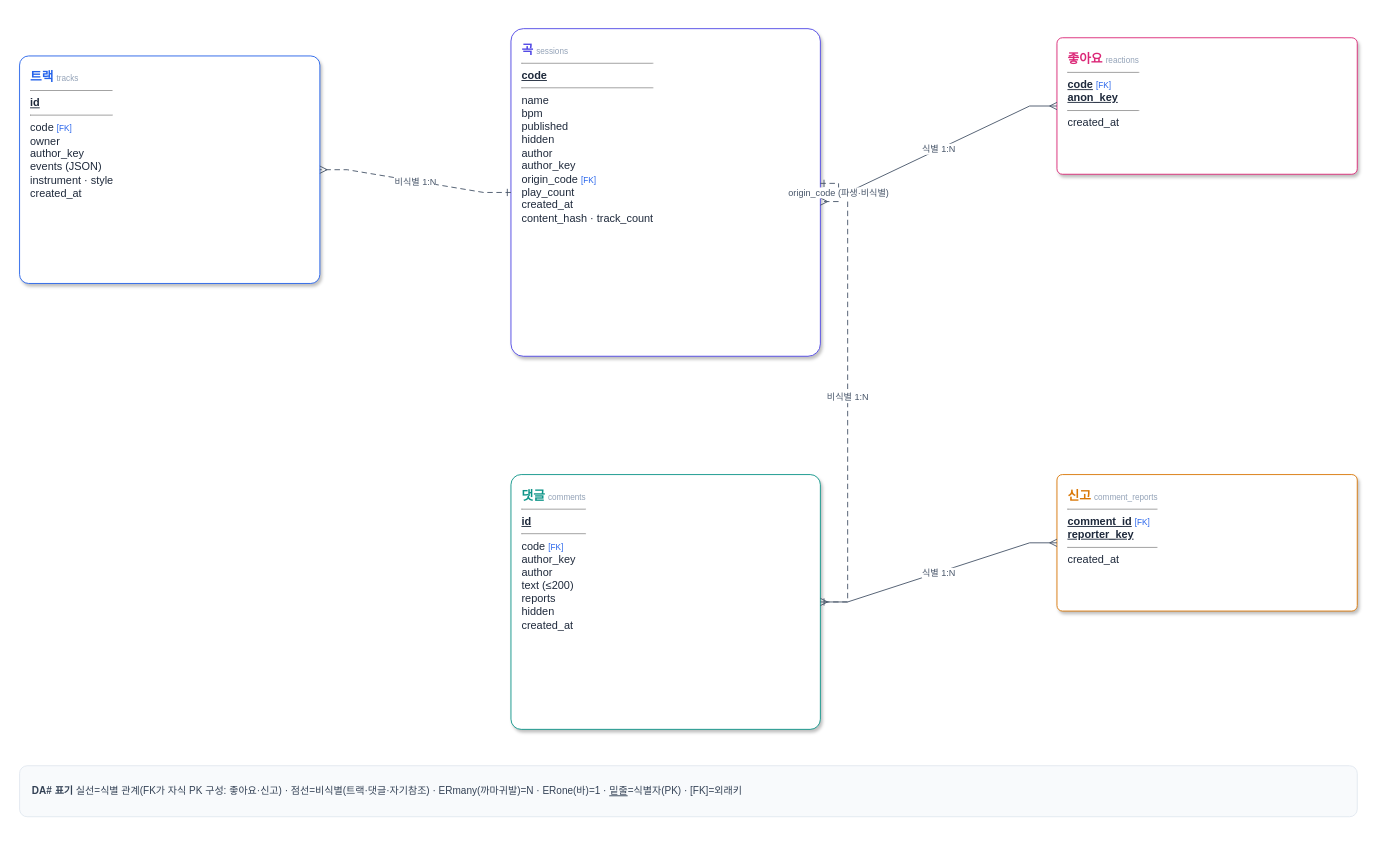
Above: 산출물/04_시스템설계/하모니_데이터모델_ERD.drawio in Appintos-Harmony/appintoss-meetup (draw.io), before the change. Source tidied: cells renumbered, new cells numbered last; positions are measured from the earlier drawing's top-left corner, leaving out a move shared by most shapes. Both pictures are drawn from the tidied source at 91%, with x=0, y=0 at pixel (19, 28).
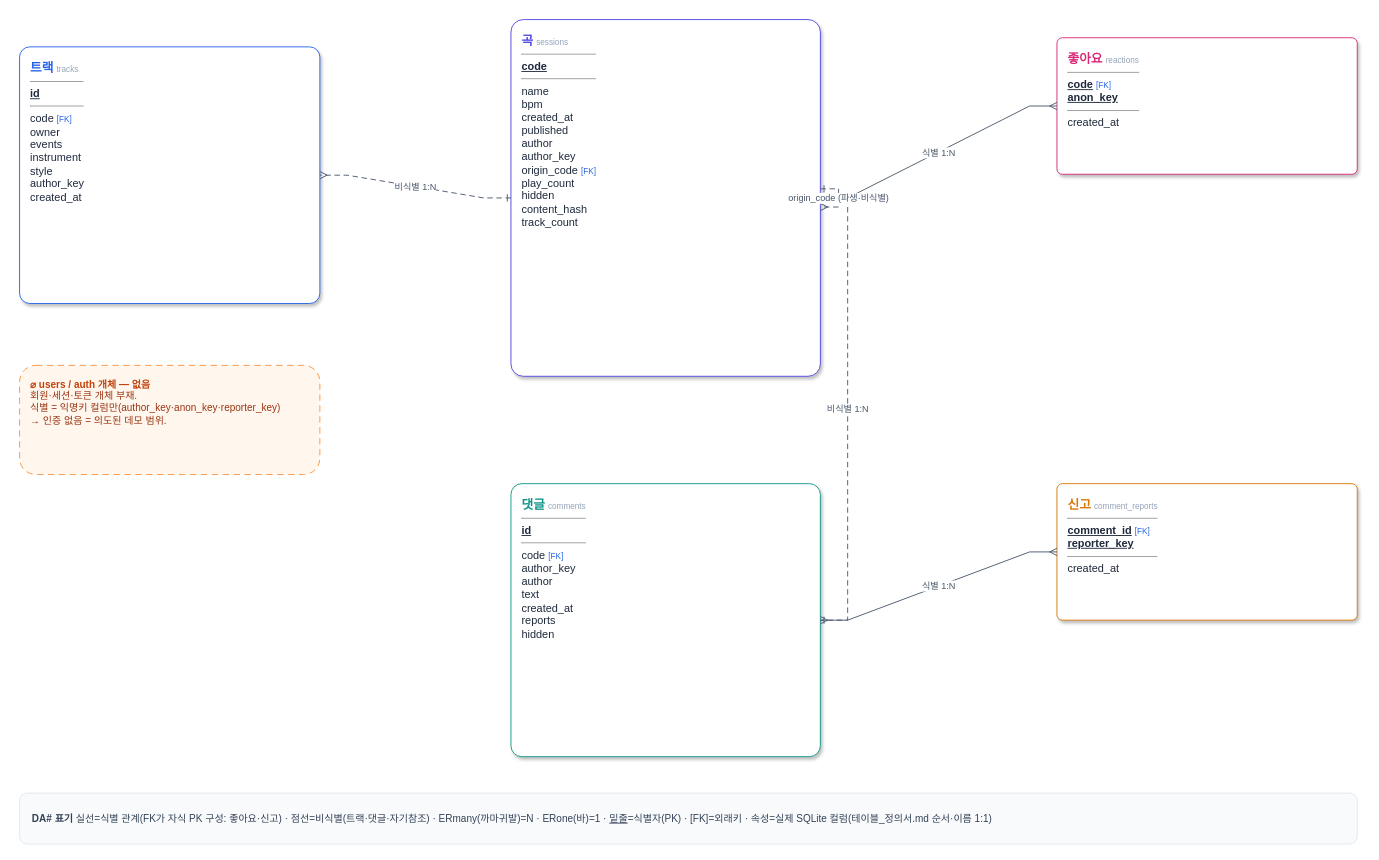
Above is the later version.

Commit message (it also covers changes not shown here):
docs(erd): 데이터모델 ERD를 테이블 정의서 전체 스키마와 1:1 일치 + 정의서 정본 동기화

The edit, as a diff of the source:
```diff
@@
 <mxGraphModel>
   <root>
     <mxCell id="0" />
     <mxCell id="1" parent="0" />
-    <mxCell id="2" value="&lt;b style=&quot;font-size:14px;color:#4F46E5&quot;&gt;곡&lt;/b&gt;&amp;nbsp;&lt;font style=&quot;font-size:9px;color:#94A3B8&quot;&gt;sessions&lt;/font&gt;&lt;hr size=&quot;1&quot;&gt;&lt;u&gt;&lt;b&gt;code&lt;/b&gt;&lt;/u&gt;&lt;hr size=&quot;1&quot;&gt;name&lt;br&gt;bpm&lt;br&gt;published&lt;br&gt;hidden&lt;br&gt;author&lt;br&gt;author_key&lt;br&gt;origin_code &lt;font style=&quot;color:#2563EB;font-size:9px&quot;&gt;[FK]&lt;/font&gt;&lt;br&gt;play_count&lt;br&gt;created_at&lt;br&gt;content_hash · track_count" style="rounded=1;arcSize=4;whiteSpace=wrap;html=1;fillColor=#FFFFFF;strokeColor=#4F46E5;align=left;verticalAlign=top;spacingLeft=10;spacingTop=8;spacingRight=8;fontSize=12;fontColor=#1E293B;shadow=1;" parent="1" vertex="1">
-      <mxGeometry x="540" width="340" height="360" as="geometry" />
+    <mxCell id="2" value="&lt;b style=&quot;font-size:14px;color:#4F46E5&quot;&gt;곡&lt;/b&gt;&amp;nbsp;&lt;font style=&quot;font-size:9px;color:#94A3B8&quot;&gt;sessions&lt;/font&gt;&lt;hr size=&quot;1&quot;&gt;&lt;u&gt;&lt;b&gt;code&lt;/b&gt;&lt;/u&gt;&lt;hr size=&quot;1&quot;&gt;name&lt;br&gt;bpm&lt;br&gt;created_at&lt;br&gt;published&lt;br&gt;author&lt;br&gt;author_key&lt;br&gt;origin_code &lt;font style=&quot;color:#2563EB;font-size:9px&quot;&gt;[FK]&lt;/font&gt;&lt;br&gt;play_count&lt;br&gt;hidden&lt;br&gt;content_hash&lt;br&gt;track_count" style="rounded=1;arcSize=4;whiteSpace=wrap;html=1;fillColor=#FFFFFF;strokeColor=#4F46E5;align=left;verticalAlign=top;spacingLeft=10;spacingTop=8;spacingRight=8;fontSize=12;fontColor=#1E293B;shadow=1;" parent="1" vertex="1">
+      <mxGeometry x="540" y="-10" width="340" height="392" as="geometry" />
     </mxCell>
-    <mxCell id="3" value="&lt;b style=&quot;font-size:14px;color:#2563EB&quot;&gt;트랙&lt;/b&gt;&amp;nbsp;&lt;font style=&quot;font-size:9px;color:#94A3B8&quot;&gt;tracks&lt;/font&gt;&lt;hr size=&quot;1&quot;&gt;&lt;u&gt;&lt;b&gt;id&lt;/b&gt;&lt;/u&gt;&lt;hr size=&quot;1&quot;&gt;code &lt;font style=&quot;color:#2563EB;font-size:9px&quot;&gt;[FK]&lt;/font&gt;&lt;br&gt;owner&lt;br&gt;author_key&lt;br&gt;events (JSON)&lt;br&gt;instrument · style&lt;br&gt;created_at" style="rounded=1;arcSize=4;whiteSpace=wrap;html=1;fillColor=#FFFFFF;strokeColor=#2563EB;align=left;verticalAlign=top;spacingLeft=10;spacingTop=8;spacingRight=8;fontSize=12;fontColor=#1E293B;shadow=1;" parent="1" vertex="1">
-      <mxGeometry y="30" width="330" height="250" as="geometry" />
+    <mxCell id="3" value="&lt;b style=&quot;font-size:14px;color:#2563EB&quot;&gt;트랙&lt;/b&gt;&amp;nbsp;&lt;font style=&quot;font-size:9px;color:#94A3B8&quot;&gt;tracks&lt;/font&gt;&lt;hr size=&quot;1&quot;&gt;&lt;u&gt;&lt;b&gt;id&lt;/b&gt;&lt;/u&gt;&lt;hr size=&quot;1&quot;&gt;code &lt;font style=&quot;color:#2563EB;font-size:9px&quot;&gt;[FK]&lt;/font&gt;&lt;br&gt;owner&lt;br&gt;events&lt;br&gt;instrument&lt;br&gt;style&lt;br&gt;author_key&lt;br&gt;created_at" style="rounded=1;arcSize=4;whiteSpace=wrap;html=1;fillColor=#FFFFFF;strokeColor=#2563EB;align=left;verticalAlign=top;spacingLeft=10;spacingTop=8;spacingRight=8;fontSize=12;fontColor=#1E293B;shadow=1;" parent="1" vertex="1">
+      <mxGeometry y="20" width="330" height="282" as="geometry" />
     </mxCell>
     <mxCell id="4" value="&lt;b style=&quot;font-size:14px;color:#DB2777&quot;&gt;좋아요&lt;/b&gt;&amp;nbsp;&lt;font style=&quot;font-size:9px;color:#94A3B8&quot;&gt;reactions&lt;/font&gt;&lt;hr size=&quot;1&quot;&gt;&lt;u&gt;&lt;b&gt;code&lt;/b&gt;&lt;/u&gt; &lt;font style=&quot;color:#2563EB;font-size:9px&quot;&gt;[FK]&lt;/font&gt;&lt;br&gt;&lt;u&gt;&lt;b&gt;anon_key&lt;/b&gt;&lt;/u&gt;&lt;hr size=&quot;1&quot;&gt;created_at" style="rounded=1;arcSize=4;whiteSpace=wrap;html=1;fillColor=#FFFFFF;strokeColor=#DB2777;align=left;verticalAlign=top;spacingLeft=10;spacingTop=8;spacingRight=8;fontSize=12;fontColor=#1E293B;shadow=1;" parent="1" vertex="1">
       <mxGeometry x="1140" y="10" width="330" height="150" as="geometry" />
     </mxCell>
-    <mxCell id="5" value="&lt;b style=&quot;font-size:14px;color:#0D9488&quot;&gt;댓글&lt;/b&gt;&amp;nbsp;&lt;font style=&quot;font-size:9px;color:#94A3B8&quot;&gt;comments&lt;/font&gt;&lt;hr size=&quot;1&quot;&gt;&lt;u&gt;&lt;b&gt;id&lt;/b&gt;&lt;/u&gt;&lt;hr size=&quot;1&quot;&gt;code &lt;font style=&quot;color:#2563EB;font-size:9px&quot;&gt;[FK]&lt;/font&gt;&lt;br&gt;author_key&lt;br&gt;author&lt;br&gt;text (≤200)&lt;br&gt;reports&lt;br&gt;hidden&lt;br&gt;created_at" style="rounded=1;arcSize=4;whiteSpace=wrap;html=1;fillColor=#FFFFFF;strokeColor=#0D9488;align=left;verticalAlign=top;spacingLeft=10;spacingTop=8;spacingRight=8;fontSize=12;fontColor=#1E293B;shadow=1;" parent="1" vertex="1">
-      <mxGeometry x="540" y="490" width="340" height="280" as="geometry" />
+    <mxCell id="5" value="&lt;b style=&quot;font-size:14px;color:#0D9488&quot;&gt;댓글&lt;/b&gt;&amp;nbsp;&lt;font style=&quot;font-size:9px;color:#94A3B8&quot;&gt;comments&lt;/font&gt;&lt;hr size=&quot;1&quot;&gt;&lt;u&gt;&lt;b&gt;id&lt;/b&gt;&lt;/u&gt;&lt;hr size=&quot;1&quot;&gt;code &lt;font style=&quot;color:#2563EB;font-size:9px&quot;&gt;[FK]&lt;/font&gt;&lt;br&gt;author_key&lt;br&gt;author&lt;br&gt;text&lt;br&gt;created_at&lt;br&gt;reports&lt;br&gt;hidden" style="rounded=1;arcSize=4;whiteSpace=wrap;html=1;fillColor=#FFFFFF;strokeColor=#0D9488;align=left;verticalAlign=top;spacingLeft=10;spacingTop=8;spacingRight=8;fontSize=12;fontColor=#1E293B;shadow=1;" parent="1" vertex="1">
+      <mxGeometry x="540" y="500" width="340" height="300" as="geometry" />
     </mxCell>
     <mxCell id="6" value="&lt;b style=&quot;font-size:14px;color:#D97706&quot;&gt;신고&lt;/b&gt;&amp;nbsp;&lt;font style=&quot;font-size:9px;color:#94A3B8&quot;&gt;comment_reports&lt;/font&gt;&lt;hr size=&quot;1&quot;&gt;&lt;u&gt;&lt;b&gt;comment_id&lt;/b&gt;&lt;/u&gt; &lt;font style=&quot;color:#2563EB;font-size:9px&quot;&gt;[FK]&lt;/font&gt;&lt;br&gt;&lt;u&gt;&lt;b&gt;reporter_key&lt;/b&gt;&lt;/u&gt;&lt;hr size=&quot;1&quot;&gt;created_at" style="rounded=1;arcSize=4;whiteSpace=wrap;html=1;fillColor=#FFFFFF;strokeColor=#D97706;align=left;verticalAlign=top;spacingLeft=10;spacingTop=8;spacingRight=8;fontSize=12;fontColor=#1E293B;shadow=1;" parent="1" vertex="1">
-      <mxGeometry x="1140" y="490" width="330" height="150" as="geometry" />
+      <mxGeometry x="1140" y="500" width="330" height="150" as="geometry" />
     </mxCell>
     <mxCell id="7" value="비식별 1:N" style="edgeStyle=entityRelationEdgeStyle;rounded=0;html=1;dashed=1;dashPattern=6 4;startArrow=ERone;startFill=0;endArrow=ERmany;endFill=0;strokeColor=#475569;fontSize=10;fontColor=#475569;labelBackgroundColor=#FFFFFF;" parent="1" edge="1" source="2" target="3">
       <mxGeometry relative="1" as="geometry" />
     </mxCell>
     <mxCell id="8" value="식별 1:N" style="edgeStyle=entityRelationEdgeStyle;rounded=0;html=1;startArrow=ERone;startFill=0;endArrow=ERmany;endFill=0;strokeColor=#475569;fontSize=10;fontColor=#475569;labelBackgroundColor=#FFFFFF;" parent="1" edge="1" source="2" target="4">
       <mxGeometry relative="1" as="geometry" />
     </mxCell>
     <mxCell id="9" value="비식별 1:N" style="edgeStyle=entityRelationEdgeStyle;rounded=0;html=1;dashed=1;dashPattern=6 4;startArrow=ERone;startFill=0;endArrow=ERmany;endFill=0;strokeColor=#475569;fontSize=10;fontColor=#475569;labelBackgroundColor=#FFFFFF;" parent="1" edge="1" source="2" target="5">
       <mxGeometry relative="1" as="geometry" />
     </mxCell>
     <mxCell id="10" value="식별 1:N" style="edgeStyle=entityRelationEdgeStyle;rounded=0;html=1;startArrow=ERone;startFill=0;endArrow=ERmany;endFill=0;strokeColor=#475569;fontSize=10;fontColor=#475569;labelBackgroundColor=#FFFFFF;" parent="1" edge="1" source="5" target="6">
       <mxGeometry relative="1" as="geometry" />
     </mxCell>
     <mxCell id="11" value="origin_code (파생·비식별)" style="edgeStyle=entityRelationEdgeStyle;rounded=0;html=1;dashed=1;dashPattern=6 4;startArrow=ERone;startFill=0;endArrow=ERmany;endFill=0;strokeColor=#475569;fontSize=10;fontColor=#475569;labelBackgroundColor=#FFFFFF;" parent="1" edge="1" source="2" target="2">
       <mxGeometry relative="1" as="geometry" />
     </mxCell>
+    <mxCell id="13" value="&lt;b style=&quot;color:#C2410C&quot;&gt;⌀ users / auth 개체 — 없음&lt;/b&gt;&lt;br&gt;회원·세션·토큰 개체 부재.&lt;br&gt;식별 = 익명키 컬럼만(author_key·anon_key·reporter_key)&lt;br&gt;→ 인증 없음 = 의도된 데모 범위." style="rounded=1;whiteSpace=wrap;html=1;fillColor=#FFF7ED;strokeColor=#FB923C;dashed=1;dashPattern=7 5;align=left;verticalAlign=top;spacingLeft=10;spacingTop=8;fontSize=11;fontColor=#9A3412;" parent="1" vertex="1">
+      <mxGeometry y="370" width="330" height="120" as="geometry" />
+    </mxCell>
-    <mxCell id="12" value="&lt;b&gt;DA# 표기&lt;/b&gt;  실선=식별 관계(FK가 자식 PK 구성: 좋아요·신고) · 점선=비식별(트랙·댓글·자기참조) · ERmany(까마귀발)=N · ERone(바)=1 · &lt;u&gt;밑줄&lt;/u&gt;=식별자(PK) · [FK]=외래키" style="rounded=1;whiteSpace=wrap;html=1;fillColor=#F8FAFC;strokeColor=#E2E8F0;align=left;verticalAlign=middle;spacingLeft=12;fontSize=11;fontColor=#334155;" parent="1" vertex="1">
-      <mxGeometry y="810" width="1470" height="56" as="geometry" />
+    <mxCell id="12" value="&lt;b&gt;DA# 표기&lt;/b&gt;  실선=식별 관계(FK가 자식 PK 구성: 좋아요·신고) · 점선=비식별(트랙·댓글·자기참조) · ERmany(까마귀발)=N · ERone(바)=1 · &lt;u&gt;밑줄&lt;/u&gt;=식별자(PK) · [FK]=외래키 · 속성=실제 SQLite 컬럼(테이블_정의서.md 순서·이름 1:1)" style="rounded=1;whiteSpace=wrap;html=1;fillColor=#F8FAFC;strokeColor=#E2E8F0;align=left;verticalAlign=middle;spacingLeft=12;fontSize=11;fontColor=#334155;" parent="1" vertex="1">
+      <mxGeometry y="840" width="1470" height="56" as="geometry" />
     </mxCell>
   </root>
 </mxGraphModel>
```
